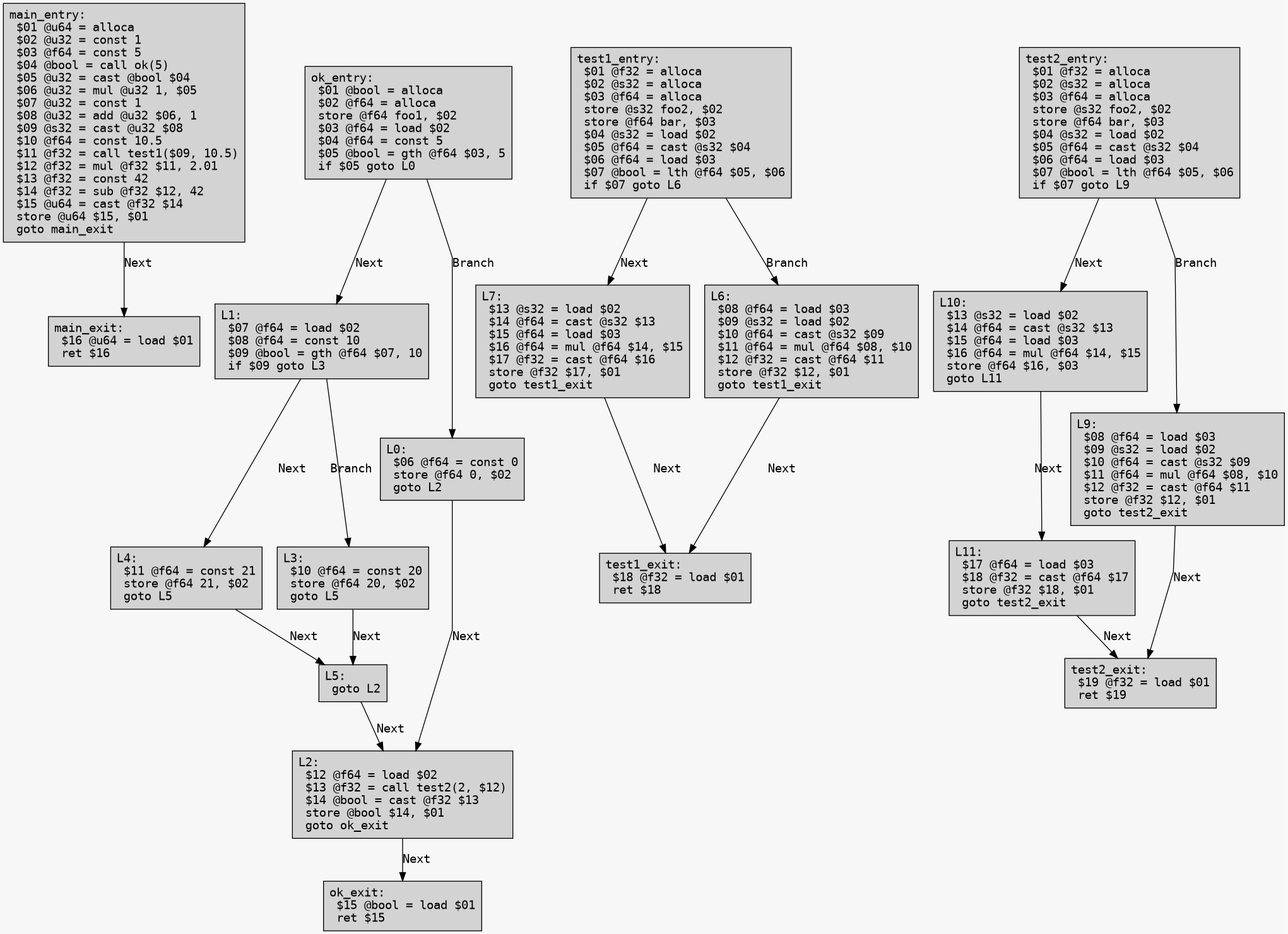
Before: example/test_opt.png, a diagram exported from Graphviz (Excse/arkoi_language). Its source is kept beside it as example/test_opt.dot.
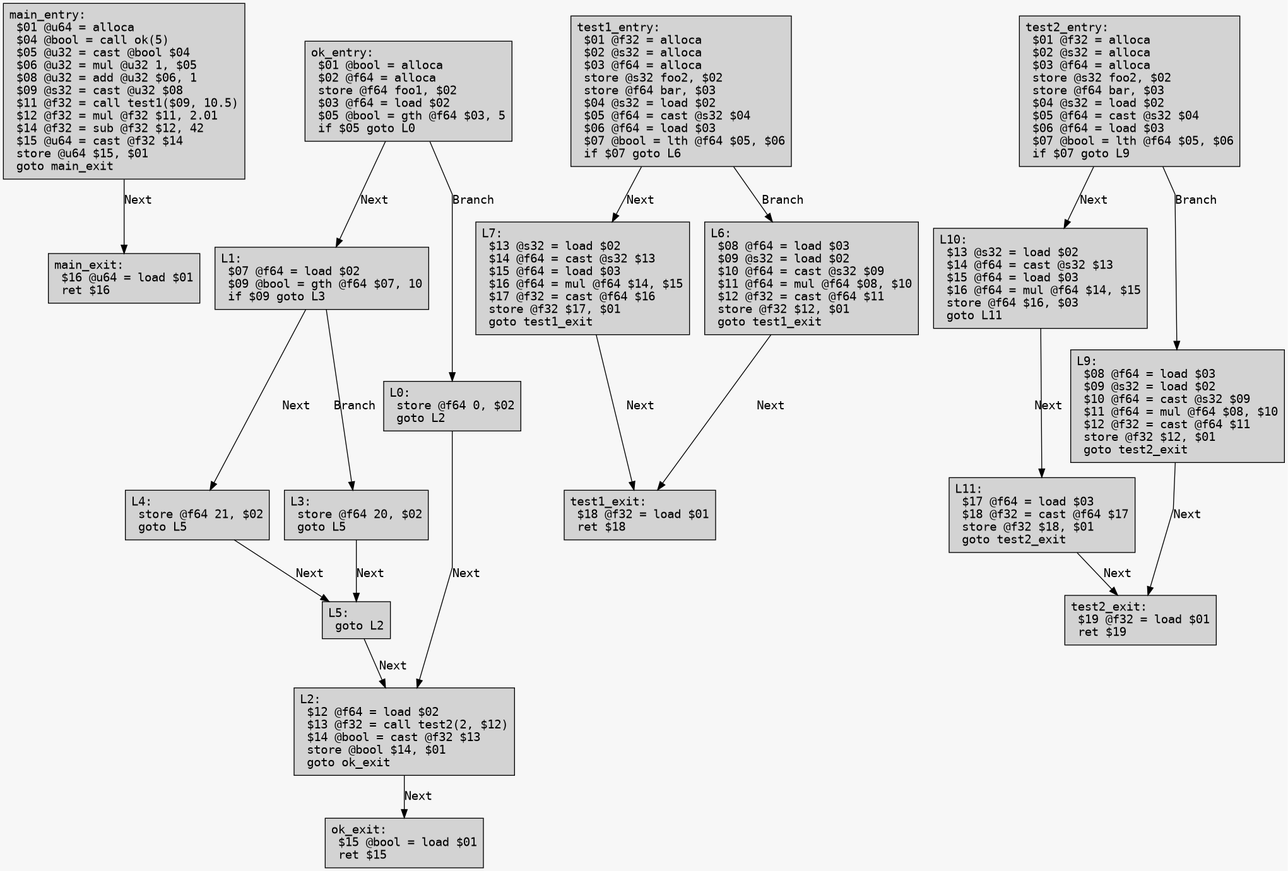
The same diagram one commit later.

The edit, as a diff of the source:
```diff
@@ -5,24 +5,24 @@
 	bgcolor = "#f7f7f7";
 	splines = false;
 
-	main_entry [label="main_entry:\l $01 @u64 = alloca\l $02 @u32 = const 1\l $03 @f64 = const 5\l $04 @bool = call ok(5)\l $05 @u32 = cast @bool $04\l $06 @u32 = mul @u32 1, $05\l $07 @u32 = const 1\l $08 @u32 = add @u32 $06, 1\l $09 @s32 = cast @u32 $08\l $10 @f64 = const 10.5\l $11 @f32 = call test1($09, 10.5)\l $12 @f32 = mul @f32 $11, 2.01\l $13 @f32 = const 42\l $14 @f32 = sub @f32 $12, 42\l $15 @u64 = cast @f32 $14\l store @u64 $15, $01\l goto main_exit\l"];
+	main_entry [label="main_entry:\l $01 @u64 = alloca\l $04 @bool = call ok(5)\l $05 @u32 = cast @bool $04\l $06 @u32 = mul @u32 1, $05\l $08 @u32 = add @u32 $06, 1\l $09 @s32 = cast @u32 $08\l $11 @f32 = call test1($09, 10.5)\l $12 @f32 = mul @f32 $11, 2.01\l $14 @f32 = sub @f32 $12, 42\l $15 @u64 = cast @f32 $14\l store @u64 $15, $01\l goto main_exit\l"];
 	main_entry -> main_exit [label="Next"];
 	main_exit [label="main_exit:\l $16 @u64 = load $01\l ret $16\l"];
-	ok_entry [label="ok_entry:\l $01 @bool = alloca\l $02 @f64 = alloca\l store @f64 foo1, $02\l $03 @f64 = load $02\l $04 @f64 = const 5\l $05 @bool = gth @f64 $03, 5\l if $05 goto L0\l"];
+	ok_entry [label="ok_entry:\l $01 @bool = alloca\l $02 @f64 = alloca\l store @f64 foo1, $02\l $03 @f64 = load $02\l $05 @bool = gth @f64 $03, 5\l if $05 goto L0\l"];
 	ok_entry -> L1 [label="Next"];
 	ok_entry -> L0 [label="Branch"];
-	L1 [label="L1:\l $07 @f64 = load $02\l $08 @f64 = const 10\l $09 @bool = gth @f64 $07, 10\l if $09 goto L3\l"];
+	L1 [label="L1:\l $07 @f64 = load $02\l $09 @bool = gth @f64 $07, 10\l if $09 goto L3\l"];
 	L1 -> L4 [label="Next"];
 	L1 -> L3 [label="Branch"];
-	L4 [label="L4:\l $11 @f64 = const 21\l store @f64 21, $02\l goto L5\l"];
+	L4 [label="L4:\l store @f64 21, $02\l goto L5\l"];
 	L4 -> L5 [label="Next"];
 	L5 [label="L5:\l goto L2\l"];
 	L5 -> L2 [label="Next"];
 	L2 [label="L2:\l $12 @f64 = load $02\l $13 @f32 = call test2(2, $12)\l $14 @bool = cast @f32 $13\l store @bool $14, $01\l goto ok_exit\l"];
 	L2 -> ok_exit [label="Next"];
-	L3 [label="L3:\l $10 @f64 = const 20\l store @f64 20, $02\l goto L5\l"];
+	L3 [label="L3:\l store @f64 20, $02\l goto L5\l"];
 	L3 -> L5 [label="Next"];
-	L0 [label="L0:\l $06 @f64 = const 0\l store @f64 0, $02\l goto L2\l"];
+	L0 [label="L0:\l store @f64 0, $02\l goto L2\l"];
 	L0 -> L2 [label="Next"];
 	ok_exit [label="ok_exit:\l $15 @bool = load $01\l ret $15\l"];
 	test1_entry [label="test1_entry:\l $01 @f32 = alloca\l $02 @s32 = alloca\l $03 @f64 = alloca\l store @s32 foo2, $02\l store @f64 bar, $03\l $04 @s32 = load $02\l $05 @f64 = cast @s32 $04\l $06 @f64 = load $03\l $07 @bool = lth @f64 $05, $06\l if $07 goto L6\l"];
```
